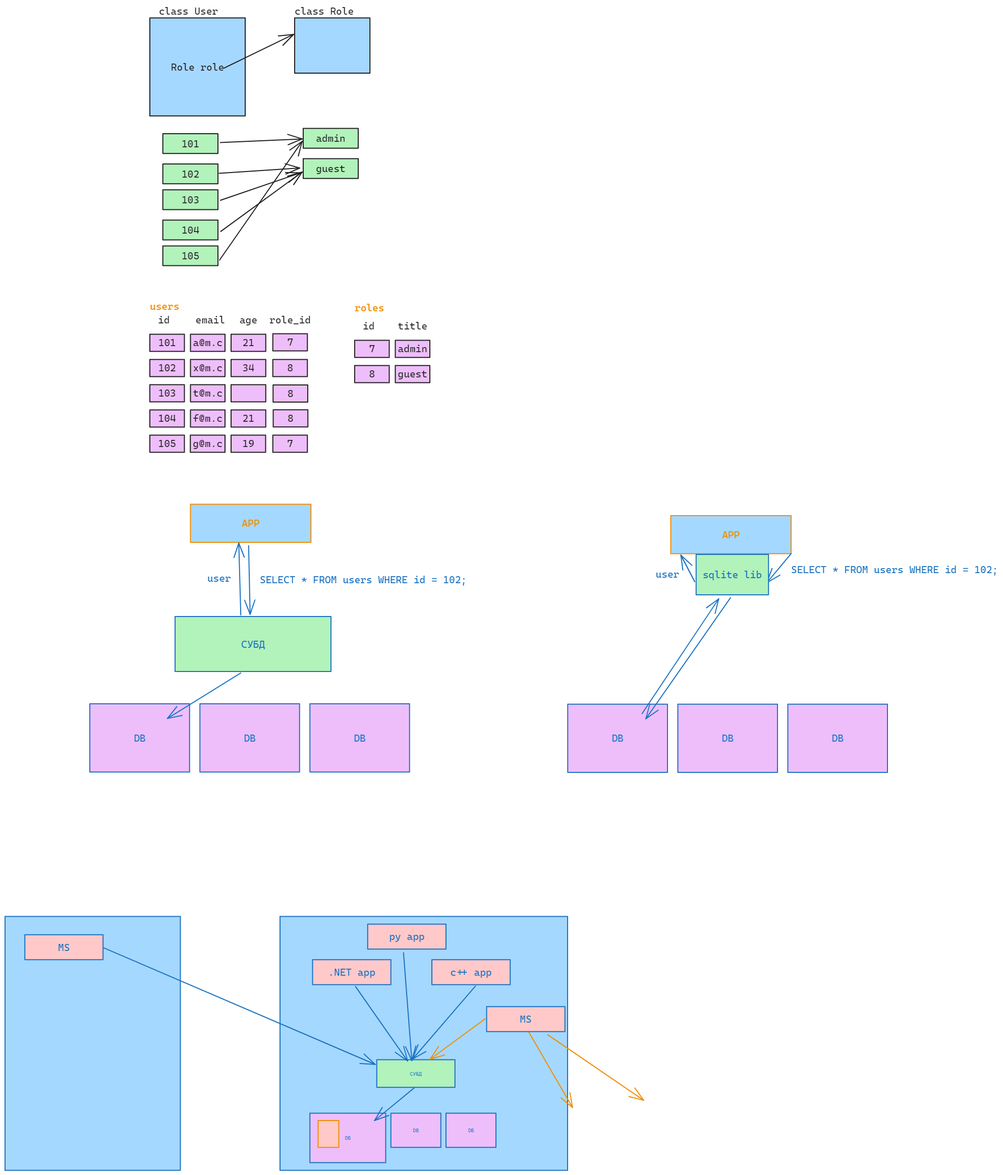
silvercodes/p32_p34_db_sql keeps this Excalidraw diagram as img/intro.excalidraw.png. Above is the earlier version. Source tidied: one line per element, renumbered; positions are measured from the earlier drawing's top-left corner, leaving out a move shared by most shapes.
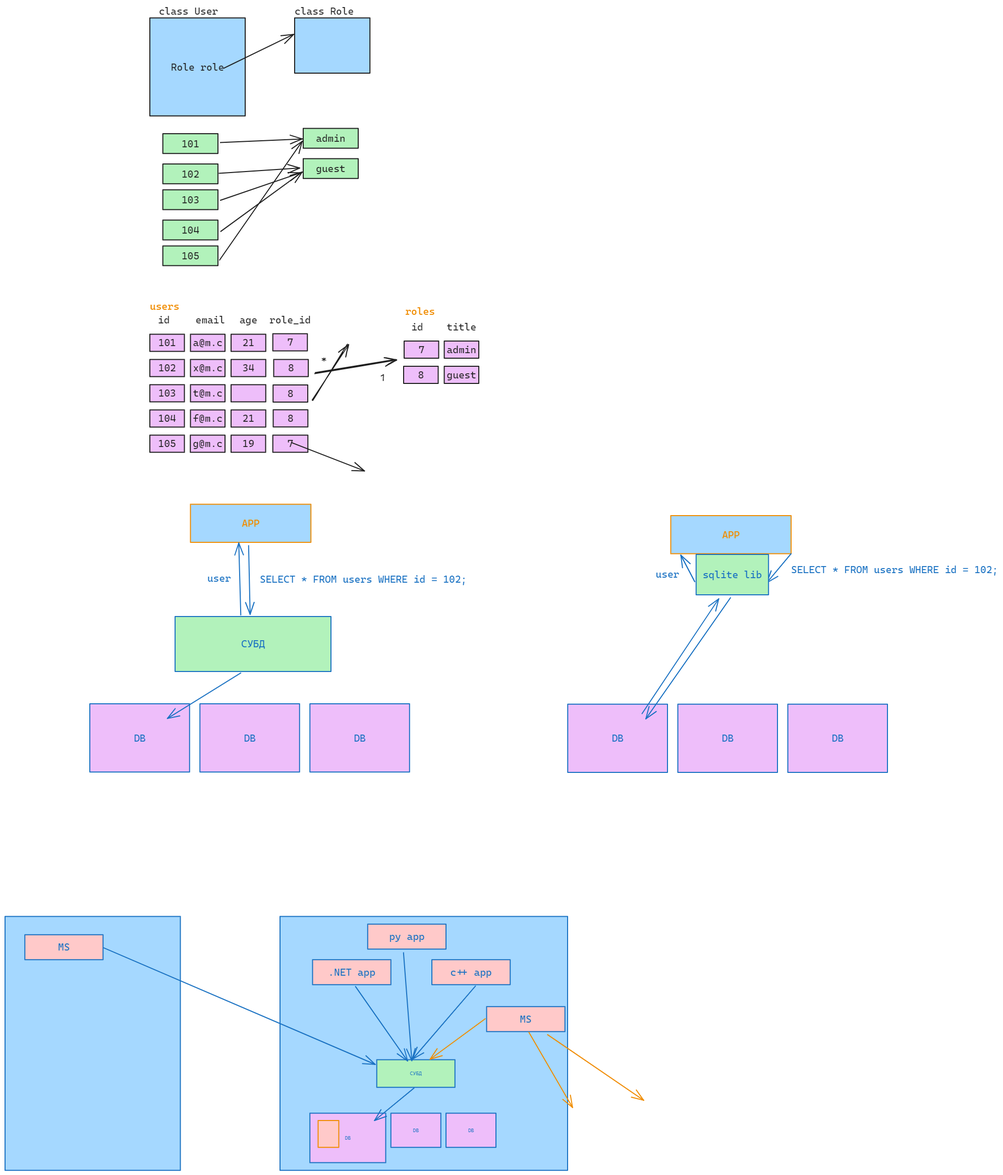
Above is the later version.

What changed in the source:
```diff
@@ -57,29 +57,28 @@
 {"id": 56, "type": "text", "text": "19", "strokeColor": "#1e1e1e", "backgroundColor": "#eebefa", "fillStyle": "solid", "strokeWidth": 2, "roughness": 0, "fontSize": 20, "fontFamily": 3, "textAlign": "center", "verticalAlign": "middle", "inside": 55, "x": 471, "y": 857, "width": 23, "height": 24}
 {"id": 57, "type": "arrow", "strokeColor": "#1e1e1e", "backgroundColor": "#eebefa", "fillStyle": "solid", "strokeWidth": 2, "roughness": 0, "endArrowhead": "arrow", "x": 485, "y": 868, "width": 0, "height": 0, "points": [[0, 0], [0, 0]]}
 {"id": 58, "type": "text", "text": "users", "strokeColor": "#f08c00", "backgroundColor": "#eebefa", "fillStyle": "solid", "strokeWidth": 2, "roughness": 0, "fontSize": 20, "fontFamily": 3, "x": 287, "y": 585, "width": 59, "height": 24}
-{"id": 59, "type": "rectangle", "strokeColor": "#1e1e1e", "backgroundColor": "#eebefa", "fillStyle": "solid", "strokeWidth": 2, "roughness": 0, "x": 693, "y": 664, "width": 69, "height": 34}
+{"id": 59, "type": "rectangle", "strokeColor": "#1e1e1e", "backgroundColor": "#eebefa", "fillStyle": "solid", "strokeWidth": 2, "roughness": 0, "x": 791, "y": 666, "width": 69, "height": 34}
-{"id": 60, "type": "text", "text": "7", "strokeColor": "#1e1e1e", "backgroundColor": "#eebefa", "fillStyle": "solid", "strokeWidth": 2, "roughness": 0, "fontSize": 20, "fontFamily": 3, "textAlign": "center", "verticalAlign": "middle", "inside": 59, "x": 721, "y": 669, "width": 12, "height": 24}
+{"id": 60, "type": "text", "text": "7", "strokeColor": "#1e1e1e", "backgroundColor": "#eebefa", "fillStyle": "solid", "strokeWidth": 2, "roughness": 0, "fontSize": 20, "fontFamily": 3, "textAlign": "center", "verticalAlign": "middle", "inside": 59, "x": 819, "y": 671, "width": 12, "height": 24}
-{"id": 61, "type": "rectangle", "strokeColor": "#1e1e1e", "backgroundColor": "#eebefa", "fillStyle": "solid", "strokeWidth": 2, "roughness": 0, "x": 773, "y": 664, "width": 69, "height": 34}
+{"id": 61, "type": "rectangle", "strokeColor": "#1e1e1e", "backgroundColor": "#eebefa", "fillStyle": "solid", "strokeWidth": 2, "roughness": 0, "x": 870, "y": 666, "width": 69, "height": 34}
-{"id": 62, "type": "text", "text": "admin", "strokeColor": "#1e1e1e", "backgroundColor": "#eebefa", "fillStyle": "solid", "strokeWidth": 2, "roughness": 0, "fontSize": 20, "fontFamily": 3, "textAlign": "center", "verticalAlign": "middle", "inside": 61, "x": 778, "y": 669, "width": 59, "height": 24}
+{"id": 62, "type": "text", "text": "admin", "strokeColor": "#1e1e1e", "backgroundColor": "#eebefa", "fillStyle": "solid", "strokeWidth": 2, "roughness": 0, "fontSize": 20, "fontFamily": 3, "textAlign": "center", "verticalAlign": "middle", "inside": 61, "x": 875, "y": 671, "width": 59, "height": 24}
-{"id": 63, "type": "text", "text": "id", "strokeColor": "#1e1e1e", "backgroundColor": "#eebefa", "fillStyle": "solid", "strokeWidth": 2, "roughness": 0, "fontSize": 20, "fontFamily": 3, "x": 709, "y": 624, "width": 23, "height": 24}
+{"id": 63, "type": "text", "text": "id", "strokeColor": "#1e1e1e", "backgroundColor": "#eebefa", "fillStyle": "solid", "strokeWidth": 2, "roughness": 0, "fontSize": 20, "fontFamily": 3, "x": 805, "y": 626, "width": 23, "height": 24}
-{"id": 64, "type": "text", "text": "title", "strokeColor": "#1e1e1e", "backgroundColor": "#eebefa", "fillStyle": "solid", "strokeWidth": 2, "roughness": 0, "fontSize": 20, "fontFamily": 3, "x": 778, "y": 624, "width": 59, "height": 24}
+{"id": 64, "type": "text", "text": "title", "strokeColor": "#1e1e1e", "backgroundColor": "#eebefa", "fillStyle": "solid", "strokeWidth": 2, "roughness": 0, "fontSize": 20, "fontFamily": 3, "x": 875, "y": 626, "width": 59, "height": 24}
-{"id": 65, "type": "rectangle", "strokeColor": "#1e1e1e", "backgroundColor": "#eebefa", "fillStyle": "solid", "strokeWidth": 2, "roughness": 0, "x": 693, "y": 714, "width": 69, "height": 34}
+{"id": 65, "type": "rectangle", "strokeColor": "#1e1e1e", "backgroundColor": "#eebefa", "fillStyle": "solid", "strokeWidth": 2, "roughness": 0, "x": 790, "y": 716, "width": 69, "height": 34}
-{"id": 66, "type": "text", "text": "8", "strokeColor": "#1e1e1e", "backgroundColor": "#eebefa", "fillStyle": "solid", "strokeWidth": 2, "roughness": 0, "fontSize": 20, "fontFamily": 3, "textAlign": "center", "verticalAlign": "middle", "inside": 65, "x": 721, "y": 719, "width": 12, "height": 24}
+{"id": 66, "type": "text", "text": "8", "strokeColor": "#1e1e1e", "backgroundColor": "#eebefa", "fillStyle": "solid", "strokeWidth": 2, "roughness": 0, "fontSize": 20, "fontFamily": 3, "textAlign": "center", "verticalAlign": "middle", "inside": 65, "x": 818, "y": 721, "width": 12, "height": 24}
-{"id": 67, "type": "rectangle", "strokeColor": "#1e1e1e", "backgroundColor": "#eebefa", "fillStyle": "solid", "strokeWidth": 2, "roughness": 0, "x": 773, "y": 714, "width": 69, "height": 34}
+{"id": 67, "type": "rectangle", "strokeColor": "#1e1e1e", "backgroundColor": "#eebefa", "fillStyle": "solid", "strokeWidth": 2, "roughness": 0, "x": 870, "y": 716, "width": 69, "height": 34}
-{"id": 68, "type": "text", "text": "guest", "strokeColor": "#1e1e1e", "backgroundColor": "#eebefa", "fillStyle": "solid", "strokeWidth": 2, "roughness": 0, "fontSize": 20, "fontFamily": 3, "textAlign": "center", "verticalAlign": "middle", "inside": 67, "x": 778, "y": 719, "width": 59, "height": 24}
+{"id": 68, "type": "text", "text": "guest", "strokeColor": "#1e1e1e", "backgroundColor": "#eebefa", "fillStyle": "solid", "strokeWidth": 2, "roughness": 0, "fontSize": 20, "fontFamily": 3, "textAlign": "center", "verticalAlign": "middle", "inside": 67, "x": 875, "y": 721, "width": 59, "height": 24}
-{"id": 69, "type": "text", "text": "roles", "strokeColor": "#f08c00", "backgroundColor": "#eebefa", "fillStyle": "solid", "strokeWidth": 2, "roughness": 0, "fontSize": 20, "fontFamily": 3, "x": 693, "y": 588, "width": 59, "height": 24}
+{"id": 69, "type": "text", "text": "roles", "strokeColor": "#f08c00", "backgroundColor": "#eebefa", "fillStyle": "solid", "strokeWidth": 2, "roughness": 0, "fontSize": 20, "fontFamily": 3, "x": 793, "y": 595, "width": 59, "height": 24}
 {"id": 70, "type": "rectangle", "strokeColor": "#1e1e1e", "backgroundColor": "#eebefa", "fillStyle": "solid", "strokeWidth": 2, "roughness": 0, "x": 531, "y": 651, "width": 69, "height": 34}
 {"id": 71, "type": "text", "text": "7", "strokeColor": "#1e1e1e", "backgroundColor": "#eebefa", "fillStyle": "solid", "strokeWidth": 2, "roughness": 0, "fontSize": 20, "fontFamily": 3, "textAlign": "center", "verticalAlign": "middle", "inside": 70, "x": 559, "y": 656, "width": 12, "height": 24}
 {"id": 72, "type": "text", "text": "role_id", "strokeColor": "#1e1e1e", "backgroundColor": "#eebefa", "fillStyle": "solid", "strokeWidth": 2, "roughness": 0, "fontSize": 20, "fontFamily": 3, "x": 524, "y": 612, "width": 82, "height": 24}
-{"id": 73, "type": "rectangle", "strokeColor": "#1e1e1e", "backgroundColor": "#eebefa", "fillStyle": "solid", "strokeWidth": 2, "roughness": 0, "x": 531, "y": 702, "width": 69, "height": 34}
+{"id": 73, "type": "rectangle", "strokeColor": "#1e1e1e", "backgroundColor": "#eebefa", "fillStyle": "solid", "strokeWidth": 2, "roughness": 0, "x": 532, "y": 702, "width": 69, "height": 34}
-{"id": 74, "type": "text", "text": "8", "strokeColor": "#1e1e1e", "backgroundColor": "#eebefa", "fillStyle": "solid", "strokeWidth": 2, "roughness": 0, "fontSize": 20, "fontFamily": 3, "textAlign": "center", "verticalAlign": "middle", "inside": 73, "x": 559, "y": 707, "width": 12, "height": 24}
+{"id": 74, "type": "text", "text": "8", "strokeColor": "#1e1e1e", "backgroundColor": "#eebefa", "fillStyle": "solid", "strokeWidth": 2, "roughness": 0, "fontSize": 20, "fontFamily": 3, "textAlign": "center", "verticalAlign": "middle", "inside": 73, "x": 561, "y": 707, "width": 12, "height": 24}
 {"id": 75, "type": "rectangle", "strokeColor": "#1e1e1e", "backgroundColor": "#eebefa", "fillStyle": "solid", "strokeWidth": 2, "roughness": 0, "x": 531, "y": 753, "width": 69, "height": 34}
 {"id": 76, "type": "text", "text": "8", "strokeColor": "#1e1e1e", "backgroundColor": "#eebefa", "fillStyle": "solid", "strokeWidth": 2, "roughness": 0, "fontSize": 20, "fontFamily": 3, "textAlign": "center", "verticalAlign": "middle", "inside": 75, "x": 560, "y": 758, "width": 12, "height": 24}
 {"id": 77, "type": "rectangle", "strokeColor": "#1e1e1e", "backgroundColor": "#eebefa", "fillStyle": "solid", "strokeWidth": 2, "roughness": 0, "x": 532, "y": 802, "width": 69, "height": 34}
 {"id": 78, "type": "text", "text": "8", "strokeColor": "#1e1e1e", "backgroundColor": "#eebefa", "fillStyle": "solid", "strokeWidth": 2, "roughness": 0, "fontSize": 20, "fontFamily": 3, "textAlign": "center", "verticalAlign": "middle", "inside": 77, "x": 560, "y": 807, "width": 12, "height": 24}
-{"id": 79, "type": "rectangle", "strokeColor": "#1e1e1e", "backgroundColor": "#eebefa", "fillStyle": "solid", "strokeWidth": 2, "roughness": 0, "x": 531, "y": 852, "width": 69, "height": 34}
+{"id": 79, "type": "rectangle", "strokeColor": "#1e1e1e", "backgroundColor": "#eebefa", "fillStyle": "solid", "strokeWidth": 2, "roughness": 0, "x": 531, "y": 852, "width": 70, "height": 34}
-{"id": 80, "type": "text", "text": "7", "strokeColor": "#1e1e1e", "backgroundColor": "#eebefa", "fillStyle": "solid", "strokeWidth": 2, "roughness": 0, "fontSize": 20, "fontFamily": 3, "textAlign": "center", "verticalAlign": "middle", "inside": 79, "x": 559, "y": 857, "width": 12, "height": 24}
+{"id": 80, "type": "text", "text": "7", "strokeColor": "#1e1e1e", "backgroundColor": "#eebefa", "fillStyle": "solid", "strokeWidth": 2, "roughness": 0, "fontSize": 20, "fontFamily": 3, "textAlign": "center", "verticalAlign": "middle", "inside": 79, "x": 560, "y": 857, "width": 12, "height": 24}
-{"id": 81, "type": "arrow", "strokeColor": "#1e1e1e", "backgroundColor": "#eebefa", "fillStyle": "solid", "strokeWidth": 2, "roughness": 0, "endArrowhead": "arrow", "x": 568, "y": 867, "width": 0, "height": 0, "points": [[0, 0], [0, 0]]}
 {"id": 82, "type": "rectangle", "strokeColor": "#f08c00", "backgroundColor": "#a5d8ff", "fillStyle": "solid", "strokeWidth": 2, "roughness": 0, "x": 368, "y": 990, "width": 239, "height": 75}
 {"id": 83, "type": "text", "text": "APP", "strokeColor": "#f08c00", "backgroundColor": "#a5d8ff", "fillStyle": "solid", "strokeWidth": 2, "roughness": 0, "fontSize": 20, "fontFamily": 3, "textAlign": "center", "verticalAlign": "middle", "inside": 82, "x": 469, "y": 1015, "width": 35, "height": 24}
 {"id": 84, "type": "rectangle", "strokeColor": "#1971c2", "backgroundColor": "#eebefa", "fillStyle": "solid", "strokeWidth": 2, "roughness": 0, "x": 386, "y": 1385, "width": 198, "height": 135}
@@ -140,3 +139,6 @@
 {"id": 139, "type": "arrow", "strokeColor": "#f08c00", "backgroundColor": "#ffc9c9", "fillStyle": "solid", "strokeWidth": 2, "roughness": 0, "endArrowhead": "arrow", "from": 132, "to": 113, "x": 1038, "y": 2036, "width": 87, "height": 149, "points": [[0, 0], [87, 149]]}
 {"id": 140, "type": "arrow", "strokeColor": "#f08c00", "backgroundColor": "#ffc9c9", "fillStyle": "solid", "strokeWidth": 2, "roughness": 0, "endArrowhead": "arrow", "from": 132, "x": 1075, "y": 2041, "width": 190, "height": 130, "points": [[0, 0], [190, 130]]}
 {"id": 141, "type": "rectangle", "strokeColor": "#f08c00", "backgroundColor": "#ffc9c9", "fillStyle": "solid", "strokeWidth": 2, "roughness": 0, "x": 620, "y": 2211, "width": 41, "height": 53}
+{"id": 142, "type": "arrow", "strokeColor": "#1e1e1e", "strokeWidth": 2, "roughness": 1, "endArrowhead": "arrow", "round": true, "from": 73, "x": 614, "y": 729, "width": 160, "height": 26, "points": [[0, 0], [160, -26]]}
+{"id": 143, "type": "text", "text": "1", "strokeColor": "#1e1e1e", "strokeWidth": 2, "roughness": 1, "fontSize": 20, "fontFamily": 5, "x": 744, "y": 728, "width": 9, "height": 25}
+{"id": 144, "type": "text", "text": "*", "strokeColor": "#1e1e1e", "strokeWidth": 2, "roughness": 1, "fontSize": 20, "fontFamily": 5, "x": 627, "y": 695, "width": 10, "height": 25}
```
